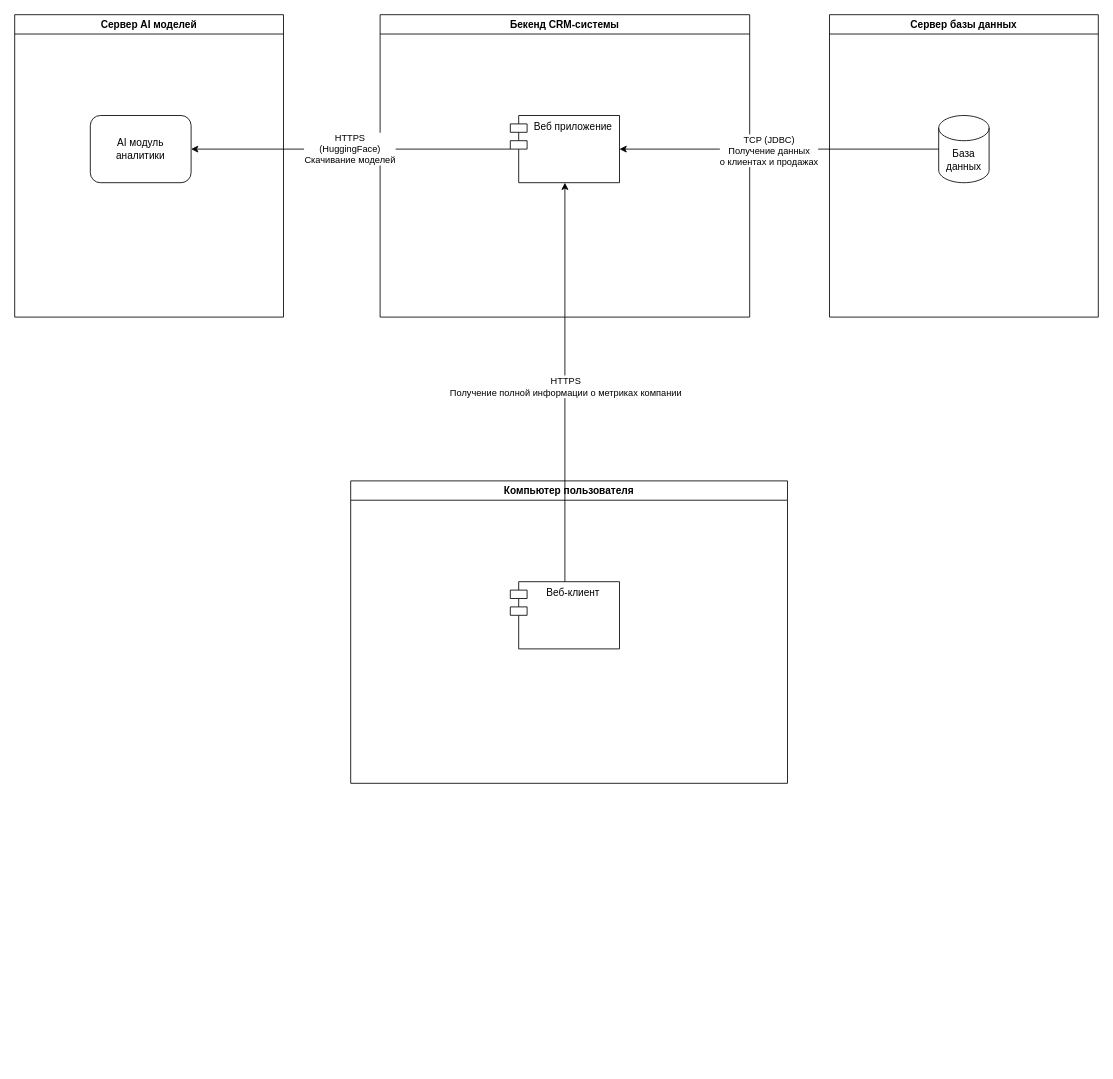
The draw.io diagram docs/src/Размещение.drawio in StandartU/ai_crm, before the edit. Source tidied: cells renumbered, new cells numbered last; positions are measured from the earlier drawing's top-left corner, leaving out a move shared by most shapes. Both pictures are drawn from the tidied source at 84%, with x=0, y=0 at pixel (14, 14).
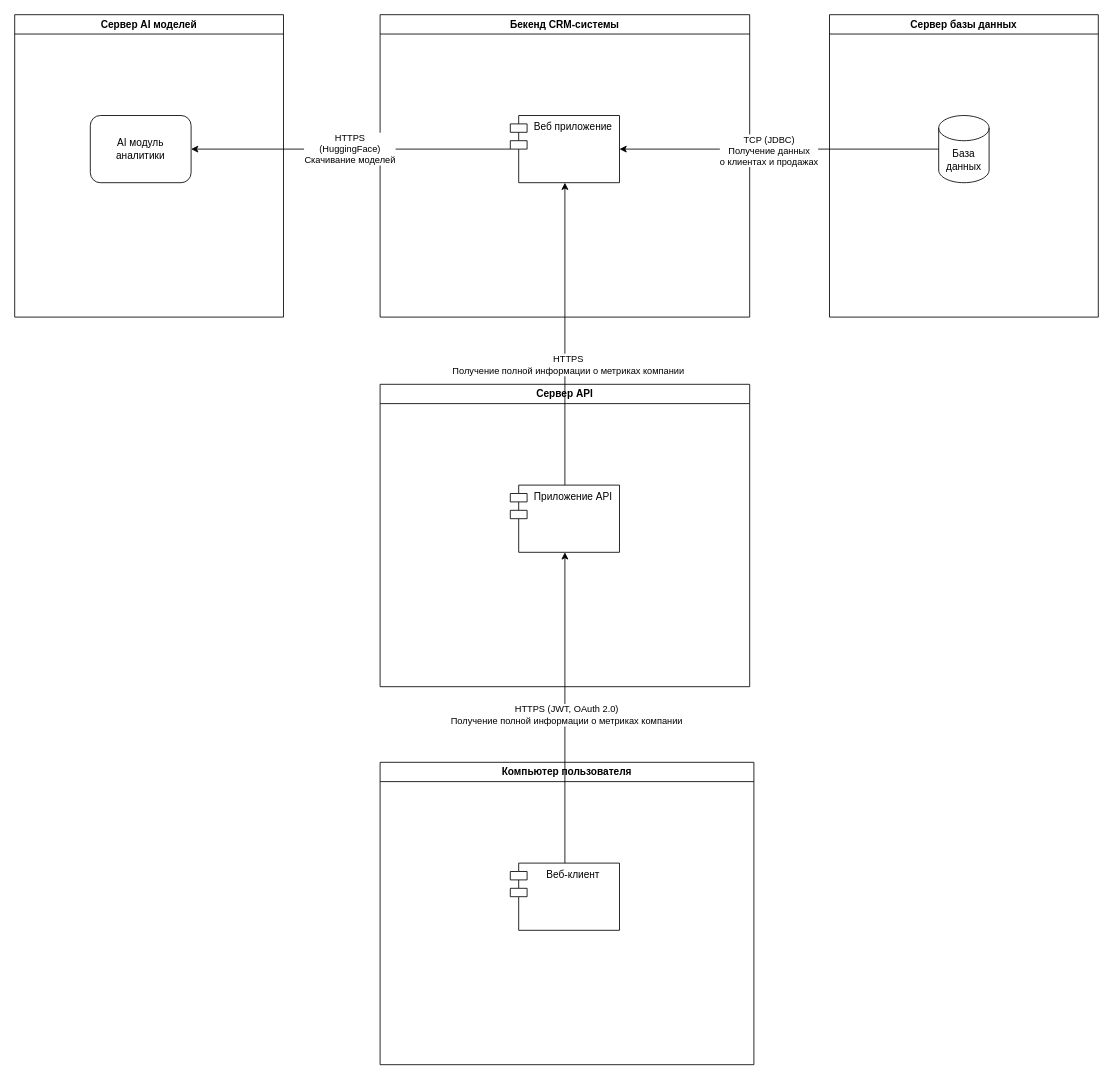
The same page after the edit.

The change refers to these unchanged cells:
```xml
<mxCell id="5" value="Веб приложение" style="shape=module;align=left;spacingLeft=20;align=center;verticalAlign=top;whiteSpace=wrap;html=1;" parent="4" vertex="1">
  <mxGeometry x="155" y="120" width="130" height="80" as="geometry" />
</mxCell>
```

Change to the diagram source:
```diff
@@
     <mxCell id="2" value="Компьютер пользователя" style="swimlane;whiteSpace=wrap;html=1;" parent="1" vertex="1">
-      <mxGeometry x="400" y="555" width="520" height="360" as="geometry" />
+      <mxGeometry x="435" y="890" width="445" height="360" as="geometry" />
     </mxCell>
     <mxCell id="3" value="Веб-клиент" style="shape=module;align=left;spacingLeft=20;align=center;verticalAlign=top;whiteSpace=wrap;html=1;" parent="2" vertex="1">
-      <mxGeometry x="190" y="120" width="130" height="80" as="geometry" />
+      <mxGeometry x="155" y="120" width="130" height="80" as="geometry" />
     </mxCell>
@@
-    <mxCell id="6" style="edgeStyle=orthogonalEdgeStyle;rounded=0;jettySize=auto;html=1;entryX=0.5;entryY=1;entryDx=0;entryDy=0;" parent="1" edge="1" source="3" target="5">
-      <mxGeometry relative="1" as="geometry" />
-    </mxCell>
-    <mxCell id="7" value="&lt;div&gt;HTTPS&lt;/div&gt;&lt;div&gt;Получение полной информации о метриках компании&lt;/div&gt;" style="edgeLabel;html=1;align=center;verticalAlign=middle;" parent="6" vertex="1">
-      <mxGeometry x="-0.02" relative="1" as="geometry" />
-    </mxCell>
@@
+    <mxCell id="16" value="Сервер API" style="swimlane;whiteSpace=wrap;html=1;" parent="1" vertex="1">
+      <mxGeometry x="435" y="440" width="440" height="360" as="geometry" />
+    </mxCell>
+    <mxCell id="17" value="Приложение API" style="shape=module;align=left;spacingLeft=20;align=center;verticalAlign=top;whiteSpace=wrap;html=1;" parent="16" vertex="1">
+      <mxGeometry x="155" y="120" width="130" height="80" as="geometry" />
+    </mxCell>
+    <mxCell id="18" style="edgeStyle=orthogonalEdgeStyle;rounded=0;jettySize=auto;html=1;entryX=0.5;entryY=1;entryDx=0;entryDy=0;" parent="1" edge="1" source="3" target="17">
+      <mxGeometry relative="1" as="geometry" />
+    </mxCell>
+    <mxCell id="19" value="HTTPS (JWT, OAuth 2.0)&lt;br&gt;Получение полной информации о метриках компании" style="edgeLabel;html=1;align=center;verticalAlign=middle;" parent="18" vertex="1">
+      <mxGeometry x="-0.04" y="-1" relative="1" as="geometry">
+        <mxPoint y="1" as="offset" />
+      </mxGeometry>
+    </mxCell>
+    <mxCell id="20" style="edgeStyle=orthogonalEdgeStyle;rounded=0;jettySize=auto;html=1;entryX=0.5;entryY=1;entryDx=0;entryDy=0;" parent="1" edge="1" source="17" target="5">
+      <mxGeometry relative="1" as="geometry" />
+    </mxCell>
+    <mxCell id="7" value="&lt;div&gt;HTTPS&lt;/div&gt;&lt;div&gt;Получение полной информации о метриках компании&lt;/div&gt;" style="edgeLabel;html=1;align=center;verticalAlign=middle;" parent="20" vertex="1">
+      <mxGeometry x="-0.2" y="-3" relative="1" as="geometry" />
+    </mxCell>
```
